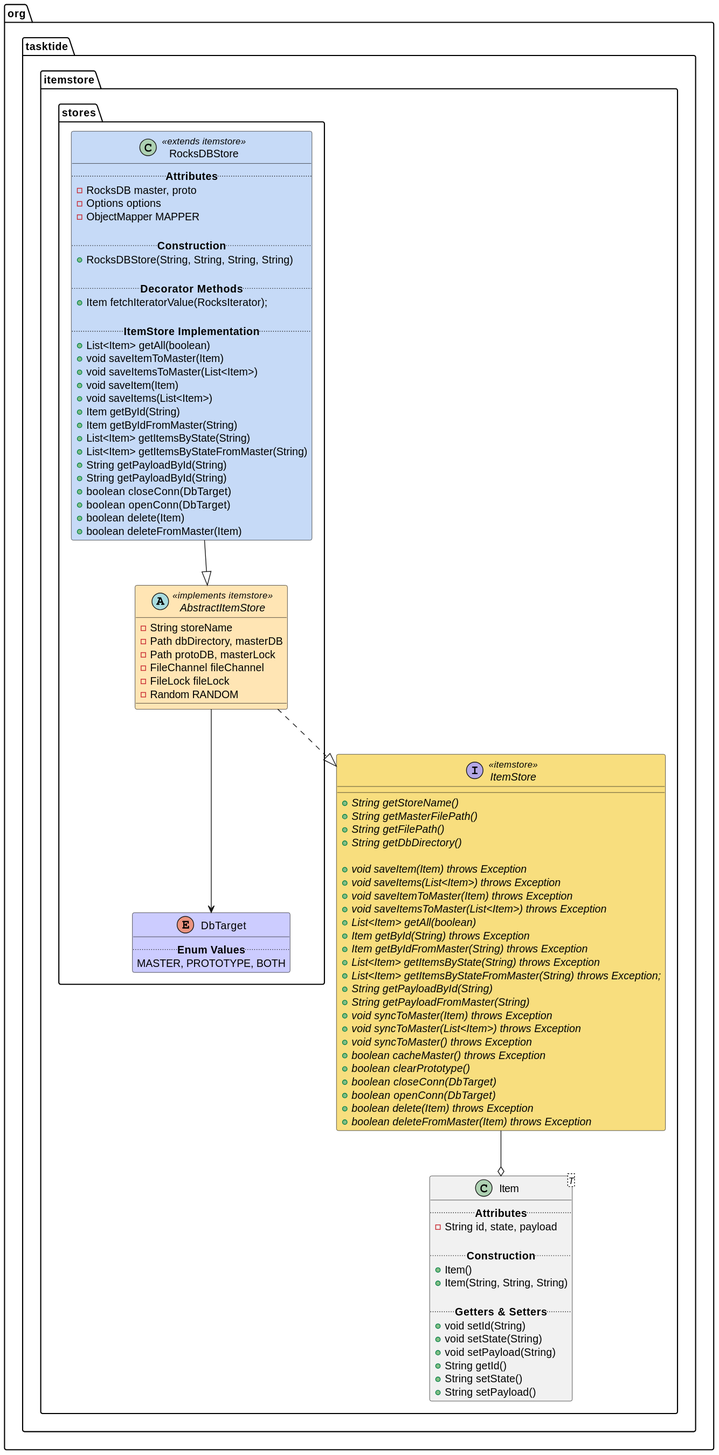
This is tasktide/docs/uml/itemstore-uml.svg from BrenKenna/TaskTide, a PlantUML export, as it was before one commit.
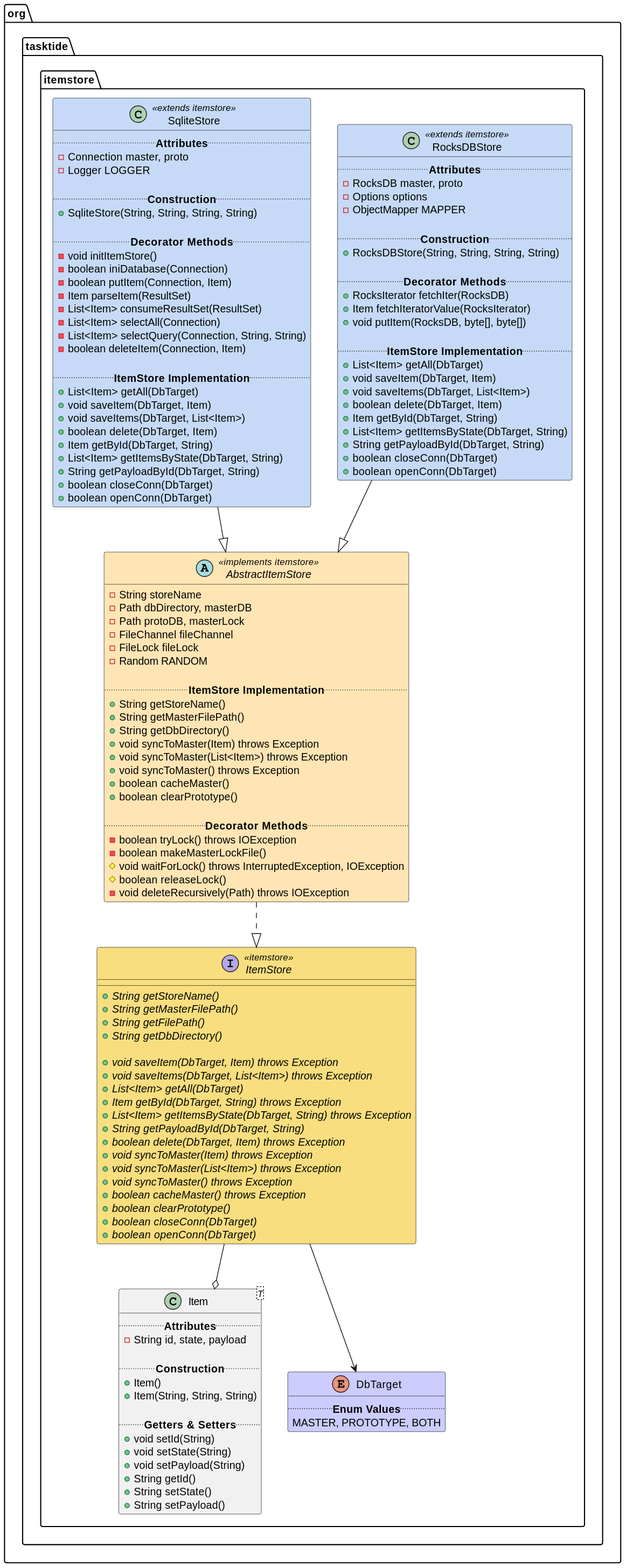
Above is the later version.

Diff of the diagram source:
```diff
@@ -25,17 +25,13 @@
   + {abstract} String getFilePath()
   + {abstract} String getDbDirectory()
 
-  + {abstract} void saveItem(Item) throws Exception
-  + {abstract} void saveItems(List<Item>) throws Exception
-  + {abstract} void saveItemToMaster(Item) throws Exception
-  + {abstract} void saveItemsToMaster(List<Item>) throws Exception
-  + {abstract} List<Item> getAll(boolean)
-  + {abstract} Item getById(String) throws Exception
-  + {abstract} Item getByIdFromMaster(String) throws Exception
-  + {abstract} List<Item> getItemsByState(String) throws Exception
-  + {abstract} List<Item> getItemsByStateFromMaster(String) throws Exception;
-  + {abstract} String getPayloadById(String)
-  + {abstract} String getPayloadFromMaster(String)
+  + {abstract} void saveItem(DbTarget, Item) throws Exception
+  + {abstract} void saveItems(DbTarget, List<Item>) throws Exception
+  + {abstract} List<Item> getAll(DbTarget)
+  + {abstract} Item getById(DbTarget, String) throws Exception
+  + {abstract} List<Item> getItemsByState(DbTarget, String) throws Exception
+  + {abstract} String getPayloadById(DbTarget, String)
+  + {abstract} boolean delete(DbTarget, Item) throws Exception
   + {abstract} void syncToMaster(Item) throws Exception
   + {abstract} void syncToMaster(List<Item>) throws Exception
   + {abstract} void syncToMaster() throws Exception
@@ -43,28 +39,43 @@
   + {abstract} boolean clearPrototype()
   + {abstract} boolean closeConn(DbTarget)
   + {abstract} boolean openConn(DbTarget)
-  + {abstract} boolean delete(Item) throws Exception
-  + {abstract} boolean deleteFromMaster(Item) throws Exception
 }
 
 
-abstract class org.tasktide.itemstore.stores.AbstractItemStore <<implements itemstore>> #FFE5B4 {
+abstract class org.tasktide.itemstore.AbstractItemStore <<implements itemstore>> #FFE5B4 {
   - String storeName
   - Path dbDirectory, masterDB
   - Path protoDB, masterLock
   - FileChannel fileChannel
   - FileLock fileLock
   - Random RANDOM
+
+  .. **ItemStore Implementation** ..
+  + String getStoreName()
+  + String getMasterFilePath()
+  + String getDbDirectory()
+  + void syncToMaster(Item) throws Exception
+  + void syncToMaster(List<Item>) throws Exception
+  + void syncToMaster() throws Exception
+  + boolean cacheMaster()
+  + boolean clearPrototype()
+
+  .. **Decorator Methods** ..
+  - boolean tryLock() throws IOException
+  - boolean makeMasterLockFile()
+  # void waitForLock() throws InterruptedException, IOException
+  # boolean releaseLock()
+  - void deleteRecursively(Path) throws IOException
 }
 
 
-enum org.tasktide.itemstore.stores.DbTarget #CCCCFF {
+enum org.tasktide.itemstore.DbTarget #CCCCFF {
     .. **Enum Values** ..
     MASTER, PROTOTYPE, BOTH
 }
 
 
-class org.tasktide.itemstore.stores.RocksDBStore << extends itemstore >> #C6DAF7 {
+class org.tasktide.itemstore.RocksDBStore << extends itemstore >> #C6DAF7 {
     .. **Attributes** ..
     - RocksDB master, proto
     - Options options
@@ -74,29 +85,57 @@
     + RocksDBStore(String, String, String, String)
 
     .. **Decorator Methods** ..
-    + Item fetchIteratorValue(RocksIterator);
+    + RocksIterator fetchIter(RocksDB)
+    + Item fetchIteratorValue(RocksIterator)
+    + void putItem(RocksDB, byte[], byte[])
 
     .. **ItemStore Implementation** ..
-    + List<Item> getAll(boolean)
-    + void saveItemToMaster(Item)
-    + void saveItemsToMaster(List<Item>)
-    + void saveItem(Item)
-    + void saveItems(List<Item>)
-    + Item getById(String)
-    + Item getByIdFromMaster(String)
-    + List<Item> getItemsByState(String)
-    + List<Item> getItemsByStateFromMaster(String)
-    + String getPayloadById(String)
-    + String getPayloadById(String)
+    + List<Item> getAll(DbTarget)
+    + void saveItem(DbTarget, Item)
+    + void saveItems(DbTarget, List<Item>)
+    + boolean delete(DbTarget, Item)
+    + Item getById(DbTarget, String)
+    + List<Item> getItemsByState(DbTarget, String)
+    + String getPayloadById(DbTarget, String)
     + boolean closeConn(DbTarget)
     + boolean openConn(DbTarget)
-    + boolean delete(Item)
-    + boolean deleteFromMaster(Item)
 }
 
 
-org.tasktide.itemstore.stores.AbstractItemStore ..|> org.tasktide.itemstore.ItemStore
-org.tasktide.itemstore.stores.RocksDBStore --|> org.tasktide.itemstore.stores.AbstractItemStore
+class org.tasktide.itemstore.SqliteStore << extends itemstore >> #C6DAF7 {
+    .. **Attributes** ..
+    - Connection master, proto
+    - Logger LOGGER
+
+    .. **Construction** ..
+    + SqliteStore(String, String, String, String)
+
+    .. **Decorator Methods** ..
+    - void initItemStore()
+    - boolean iniDatabase(Connection)
+    - boolean putItem(Connection, Item)
+    - Item parseItem(ResultSet)
+    - List<Item> consumeResultSet(ResultSet)
+    - List<Item> selectAll(Connection)
+    - List<Item> selectQuery(Connection, String, String)
+    - boolean deleteItem(Connection, Item)
+
+    .. **ItemStore Implementation** ..
+    + List<Item> getAll(DbTarget)
+    + void saveItem(DbTarget, Item)
+    + void saveItems(DbTarget, List<Item>)
+    + boolean delete(DbTarget, Item)
+    + Item getById(DbTarget, String)
+    + List<Item> getItemsByState(DbTarget, String)
+    + String getPayloadById(DbTarget, String)
+    + boolean closeConn(DbTarget)
+    + boolean openConn(DbTarget)
+}
+
+
+org.tasktide.itemstore.AbstractItemStore ..|> org.tasktide.itemstore.ItemStore
+org.tasktide.itemstore.RocksDBStore --|> org.tasktide.itemstore.AbstractItemStore
+org.tasktide.itemstore.SqliteStore --|> org.tasktide.itemstore.AbstractItemStore
 org.tasktide.itemstore.ItemStore --o org.tasktide.itemstore.Item
-org.tasktide.itemstore.stores.AbstractItemStore --> org.tasktide.itemstore.stores.DbTarget
+org.tasktide.itemstore.ItemStore --> org.tasktide.itemstore.DbTarget
 @enduml
```
